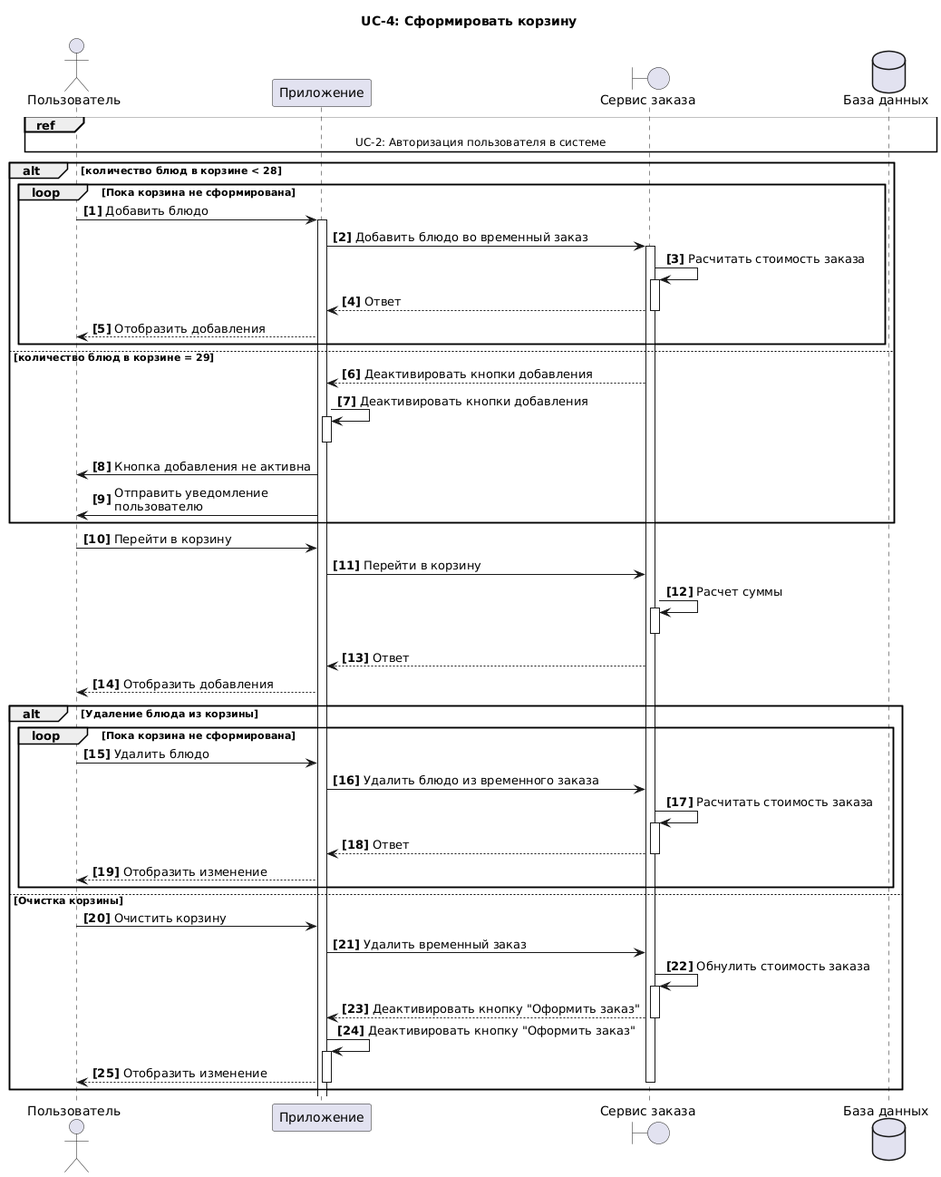
Earlier version of the PlantUML export images/5_UML/UC_4_CreateBasket.png (Mimitrii/RoboPoint).
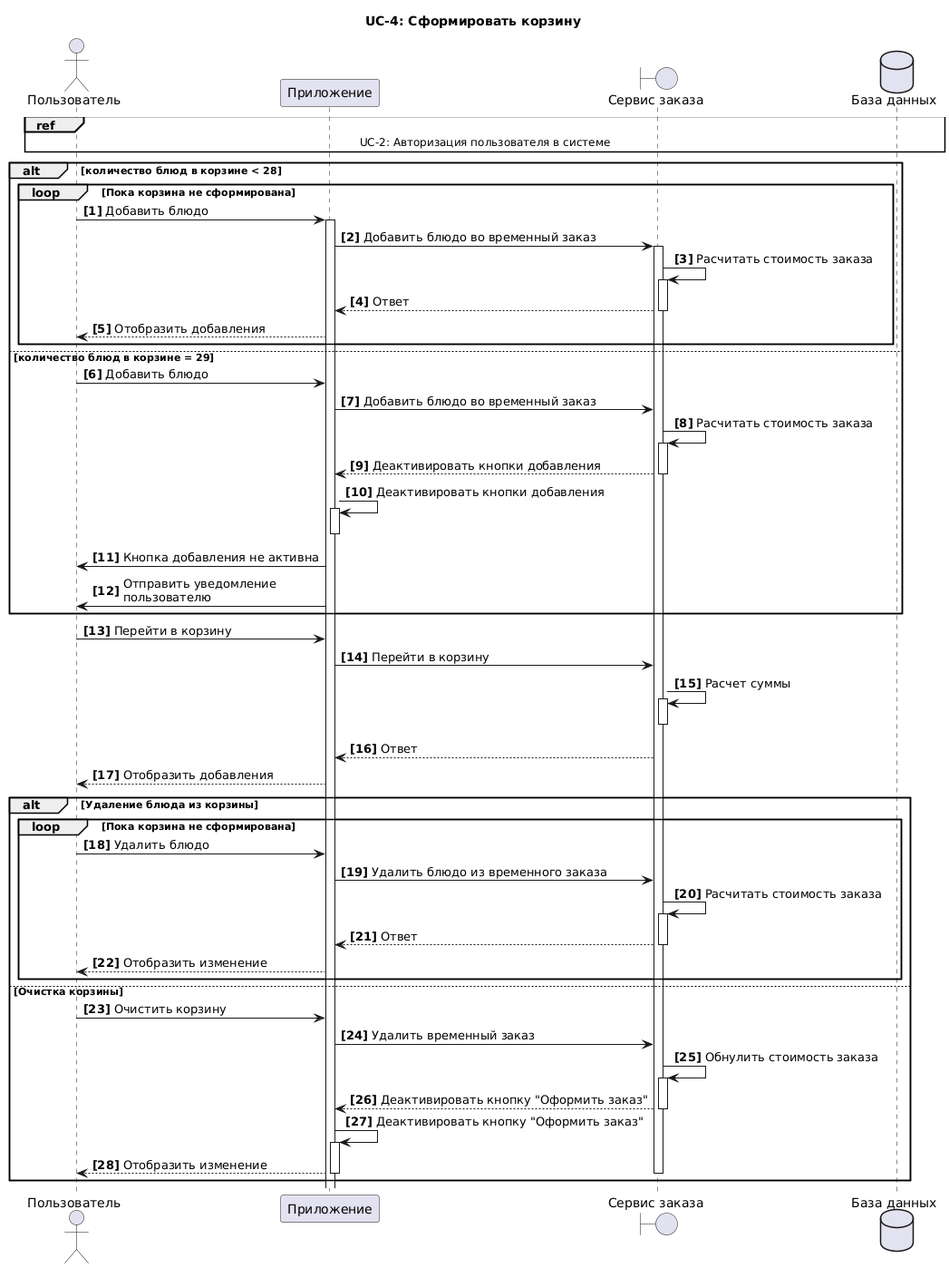
Above is the later version.

Change to the diagram source:
```diff
@@ -19,7 +19,11 @@
 A-->U: Отобразить добавления
 end
 else количество блюд в корзине = 29
+U->A: Добавить блюдо
+A->S: Добавить блюдо во временный заказ
+S->S++: Расчитать стоимость заказа
 S-->A:Деактивировать кнопки добавления
+S--
 A->A++: Деактивировать кнопки добавления
 A--
 A->U: Кнопка добавления не активна
```
